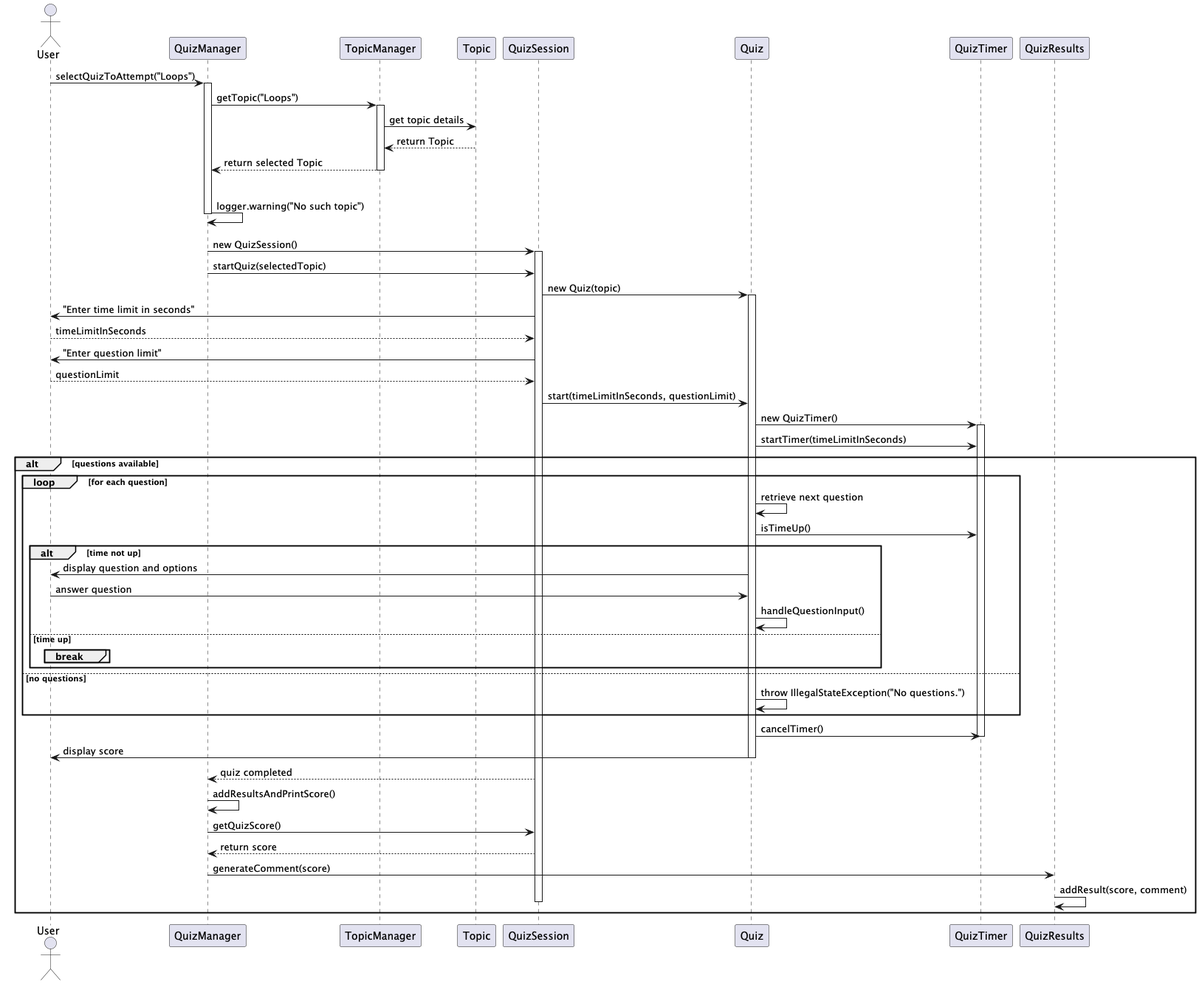
Above: docs/UML/QuizManagerSequenceDiagram.png in nus-cs2113-AY2425S1/tp (PlantUML), before the change. Its diagram source:
```plantuml
@startuml

actor User

participant QuizManager as QM
participant TopicManager as TM
participant Topic
participant QuizSession as QS
participant Quiz
participant QuizTimer as QT
participant QuizResults as QR

User -> QM : selectQuizToAttempt("Loops")
activate QM

QM -> TM : getTopic("Loops")
activate TM
TM -> Topic : get topic details
Topic --> TM : return Topic
deactivate Topic
TM --> QM : return selected Topic
deactivate TM

alt Topic not found
    QM -> QM : logger.warning("No such topic")
    deactivate QM
else Topic found
    QM -> QS : new QuizSession()
    activate QS
    QM -> QS : startQuiz(selectedTopic)

    QS -> Quiz : new Quiz(topic)
    activate Quiz

    QS -> User : "Enter time limit in seconds"
    User --> QS : timeLimitInSeconds

    QS -> User : "Enter question limit"
    User --> QS : questionLimit

    QS -> Quiz : start(timeLimitInSeconds, questionLimit)

    Quiz -> QT : new QuizTimer()
    activate QT
    Quiz -> QT : startTimer(timeLimitInSeconds)

    alt questions available
        loop for each question
            Quiz -> Quiz : retrieve next question
            Quiz -> QT : isTimeUp()
            alt time not up
                Quiz -> User : display question and options
                User -> Quiz : answer question
                Quiz -> Quiz : handleQuestionInput()
            else time up
                break
            end
        end
    else no questions
        Quiz -> Quiz : throw IllegalStateException("No questions.")
    end

    Quiz -> QT : cancelTimer()
    deactivate QT
    Quiz -> User : display score
    deactivate Quiz

    QS --> QM : quiz completed
    QM -> QM : addResultsAndPrintScore()
    QM -> QS : getQuizScore()
    QS --> QM : return score
    QM -> QR : generateComment(score)
    QR -> QR : addResult(score, comment)
    deactivate QS
end

deactivate QM

@enduml
```
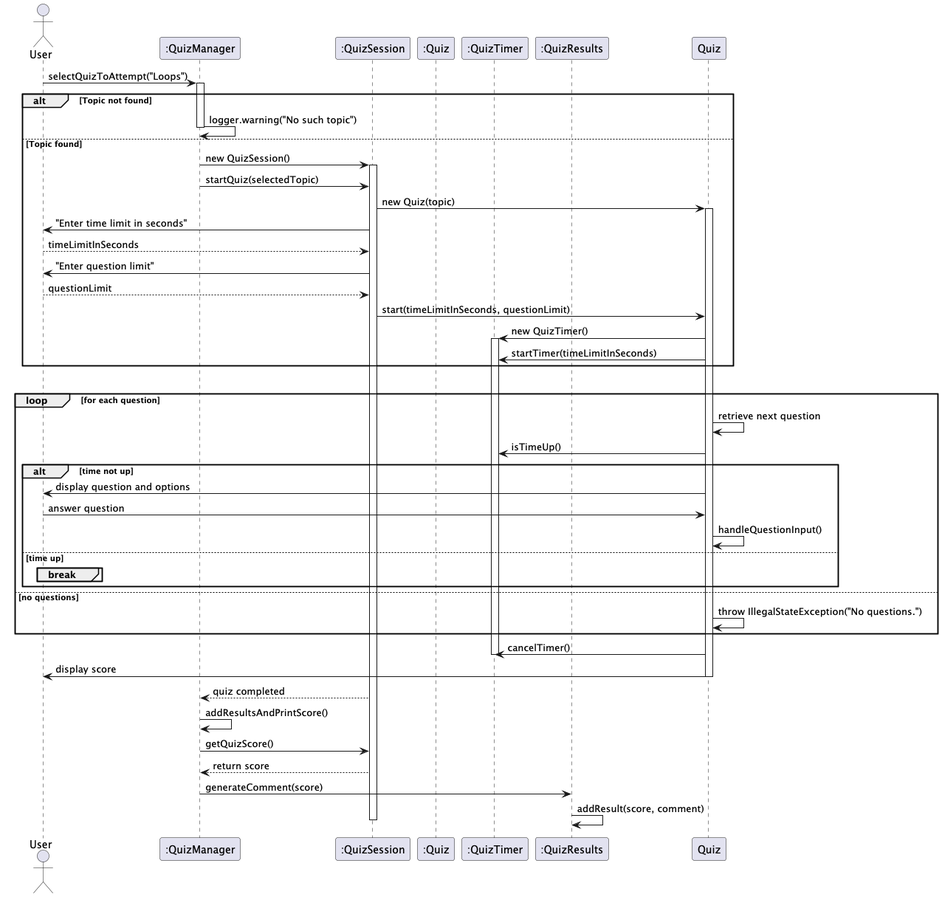
The same file after the commit.

Diff of the diagram source:
```diff
@@ -2,24 +2,14 @@
 
 actor User
 
-participant QuizManager as QM
-participant TopicManager as TM
-participant Topic
-participant QuizSession as QS
-participant Quiz
-participant QuizTimer as QT
-participant QuizResults as QR
+participant ":QuizManager" as QM
+participant ":QuizSession" as QS
+participant ":Quiz"
+participant ":QuizTimer" as QT
+participant ":QuizResults" as QR
 
 User -> QM : selectQuizToAttempt("Loops")
 activate QM
-
-QM -> TM : getTopic("Loops")
-activate TM
-TM -> Topic : get topic details
-Topic --> TM : return Topic
-deactivate Topic
-TM --> QM : return selected Topic
-deactivate TM
 
 alt Topic not found
     QM -> QM : logger.warning("No such topic")
@@ -43,36 +33,36 @@
     Quiz -> QT : new QuizTimer()
     activate QT
     Quiz -> QT : startTimer(timeLimitInSeconds)
+end
 
-    alt questions available
-        loop for each question
-            Quiz -> Quiz : retrieve next question
-            Quiz -> QT : isTimeUp()
-            alt time not up
-                Quiz -> User : display question and options
-                User -> Quiz : answer question
-                Quiz -> Quiz : handleQuestionInput()
-            else time up
-                break
-            end
+alt questions available
+    loop for each question
+        Quiz -> Quiz : retrieve next question
+        Quiz -> QT : isTimeUp()
+        alt time not up
+            Quiz -> User : display question and options
+            User -> Quiz : answer question
+            Quiz -> Quiz : handleQuestionInput()
+        else time up
+            break
         end
-    else no questions
-        Quiz -> Quiz : throw IllegalStateException("No questions.")
     end
+else no questions
+    Quiz -> Quiz : throw IllegalStateException("No questions.")
+end
 
-    Quiz -> QT : cancelTimer()
-    deactivate QT
-    Quiz -> User : display score
-    deactivate Quiz
+Quiz -> QT : cancelTimer()
+deactivate QT
+Quiz -> User : display score
+deactivate Quiz
 
-    QS --> QM : quiz completed
-    QM -> QM : addResultsAndPrintScore()
-    QM -> QS : getQuizScore()
-    QS --> QM : return score
-    QM -> QR : generateComment(score)
-    QR -> QR : addResult(score, comment)
-    deactivate QS
-end
+QS --> QM : quiz completed
+QM -> QM : addResultsAndPrintScore()
+QM -> QS : getQuizScore()
+QS --> QM : return score
+QM -> QR : generateComment(score)
+QR -> QR : addResult(score, comment)
+deactivate QS
 
 deactivate QM
 
```
